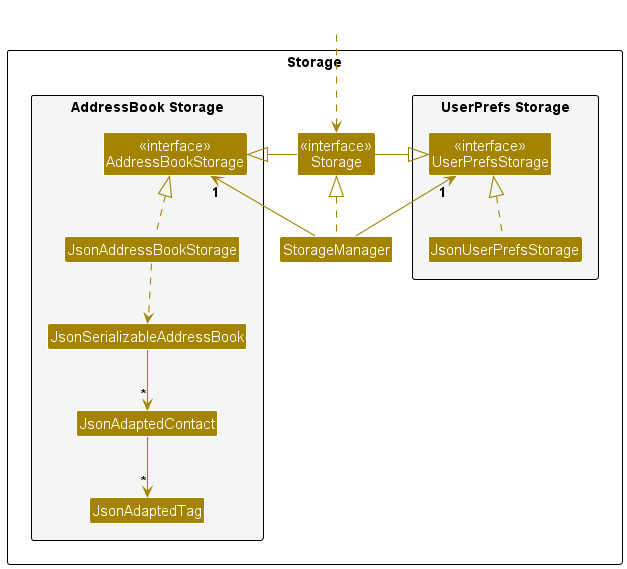
The PlantUML diagram docs/images/StorageClassDiagram.png in wxwern/cs2103t-tp, before a commit.
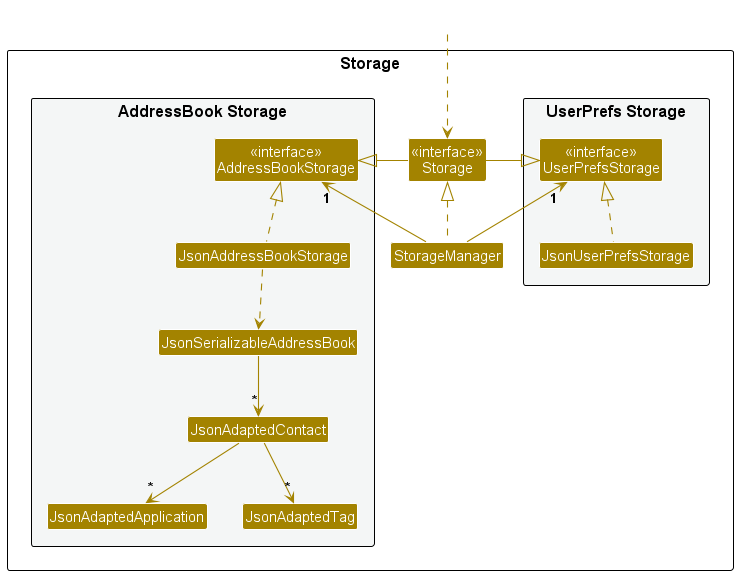
Above is the later version.

Change to the diagram source:
```diff
@@ -19,6 +19,7 @@
 Class JsonAddressBookStorage
 Class JsonSerializableAddressBook
 Class JsonAdaptedContact
+Class JsonAdaptedApplication
 Class JsonAdaptedTag
 }
 
@@ -39,5 +40,6 @@
 JsonAddressBookStorage ..> JsonSerializableAddressBook
 JsonSerializableAddressBook --> "*" JsonAdaptedContact
 JsonAdaptedContact --> "*" JsonAdaptedTag
+JsonAdaptedContact --> "*" JsonAdaptedApplication
 
 @enduml
```
